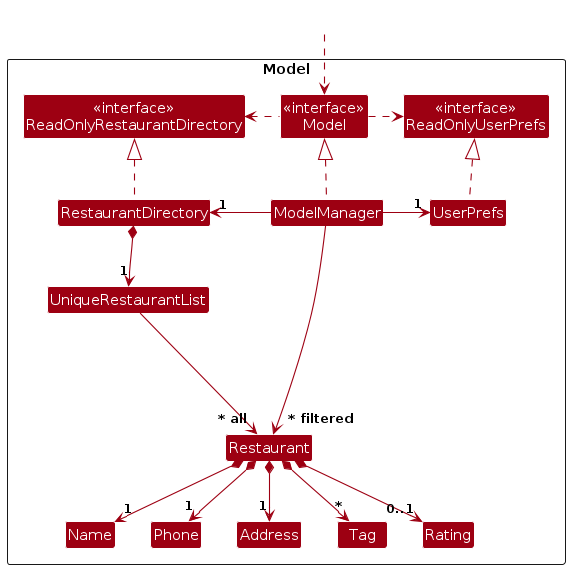
Above: diagrams/ModelClassDiagram.png in AY2526S1-CS2103T-T14-3/tp (PlantUML), before the change. Its source is kept beside it as diagrams/ModelClassDiagram.puml.
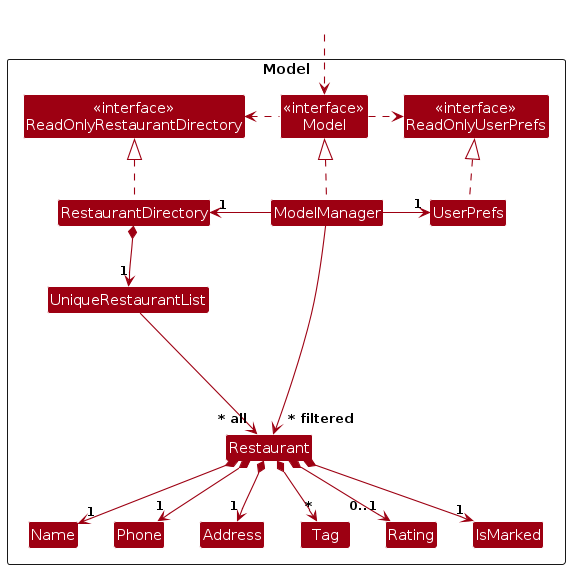
The same file after the commit.

The edit, as a diff of the source:
```diff
@@ -19,6 +19,7 @@
 Class Phone
 Class Tag
 Class Rating
+Class IsMarked
 
 Class I #FFFFFF
 }
@@ -42,6 +43,7 @@
 Restaurant *--> "1" Address
 Restaurant *--> "*" Tag
 Restaurant *--> "0..1" Rating
+Restaurant *--> "1" IsMarked
 
 Restaurant -[hidden]up--> I
 UniqueRestaurantList -[hidden]right-> I
```
